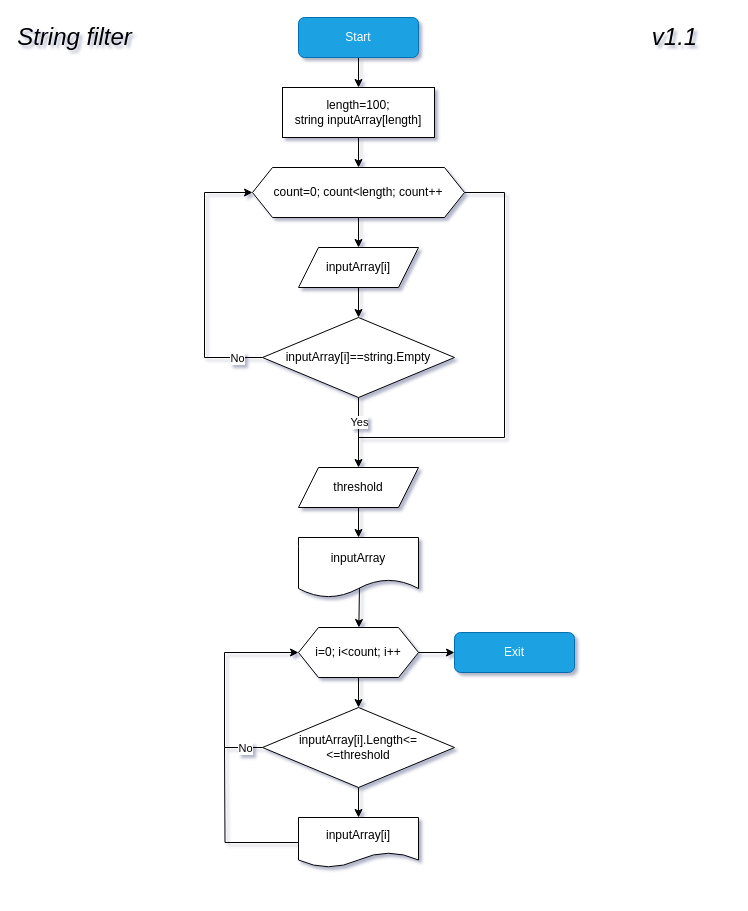
This is String-filter.drawio from AndrewGurin/String-filter, a draw.io file, before an edit. Source tidied: cells renumbered, new cells numbered last; positions are measured from the earlier drawing's top-left corner, leaving out a move shared by most shapes. Both pictures are drawn from the tidied source at 100%, with x=0, y=0 at pixel (24, 17).
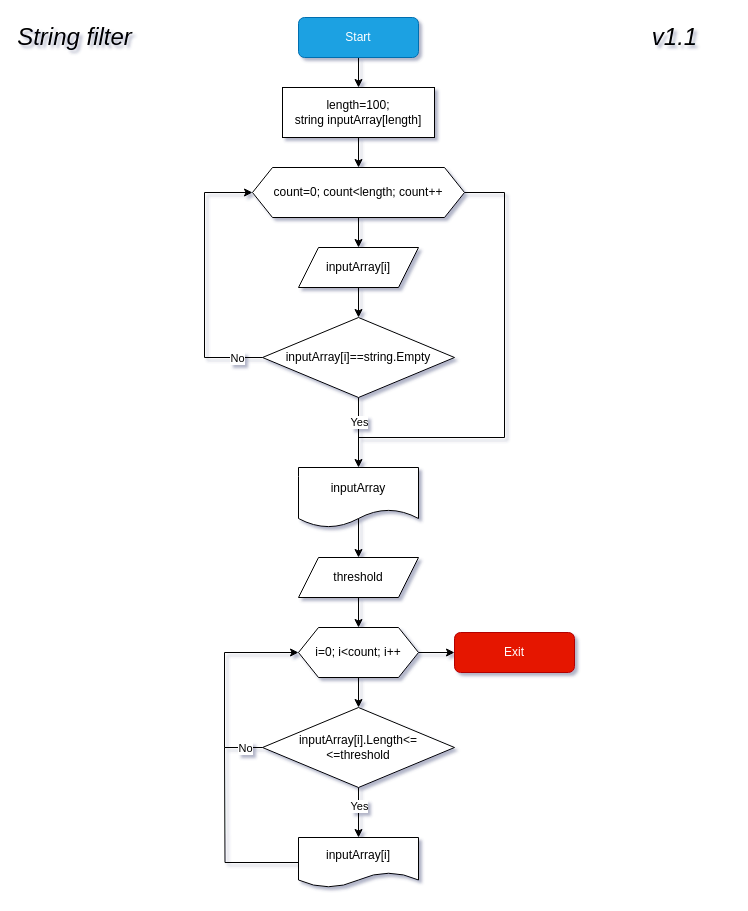
Above is the later version.

Commit message (it also covers changes not shown here):
Обновление до v1.1. Ликвидировано создание второго массива

The change refers to these unchanged cells:
```xml
<mxCell id="15" value="&lt;span&gt;inputArray[i]==string.Empty&lt;/span&gt;" style="rhombus;whiteSpace=wrap;html=1;rounded=0;" parent="1" vertex="1">
  <mxGeometry x="238" y="300" width="192" height="80" as="geometry" />
</mxCell>
<mxCell id="18" style="edgeStyle=orthogonalEdgeStyle;rounded=0;html=1;" parent="1" edge="1" source="19" target="30">
  <mxGeometry relative="1" as="geometry" />
</mxCell>
<mxCell id="26" value="i=0; i&amp;lt;count; i++" style="shape=hexagon;perimeter=hexagonPerimeter2;whiteSpace=wrap;html=1;fixedSize=1;" parent="1" vertex="1">
  <mxGeometry x="274" y="610" width="120" height="50" as="geometry" />
</mxCell>
```

Change to the diagram source:
```diff
@@
-    <mxCell id="13" style="edgeStyle=orthogonalEdgeStyle;rounded=0;html=1;entryX=0.5;entryY=0;entryDx=0;entryDy=0;" parent="1" edge="1" source="15" target="28">
+    <mxCell id="13" style="edgeStyle=orthogonalEdgeStyle;rounded=0;html=1;entryX=0.5;entryY=0;entryDx=0;entryDy=0;" parent="1" edge="1" source="15" target="21">
       <mxGeometry relative="1" as="geometry" />
     </mxCell>
@@
+    <mxCell id="32" value="Yes" style="edgeLabel;html=1;align=center;verticalAlign=middle;" parent="18" vertex="1">
+      <mxGeometry x="-0.29" y="2" relative="1" as="geometry">
+        <mxPoint x="-2" as="offset" />
+      </mxGeometry>
+    </mxCell>
@@
-    <mxCell id="20" style="edgeStyle=none;html=1;exitX=0.508;exitY=0.817;exitDx=0;exitDy=0;exitPerimeter=0;" parent="1" edge="1" source="21" target="26">
-      <mxGeometry relative="1" as="geometry" />
-    </mxCell>
+    <mxCell id="33" style="edgeStyle=orthogonalEdgeStyle;rounded=0;html=1;endArrow=classic;endFill=1;exitX=0.5;exitY=0.833;exitDx=0;exitDy=0;exitPerimeter=0;" parent="1" edge="1" source="21" target="28">
+      <mxGeometry relative="1" as="geometry" />
+    </mxCell>
     <mxCell id="21" value="inputArray" style="shape=document;whiteSpace=wrap;html=1;boundedLbl=1;" parent="1" vertex="1">
-      <mxGeometry x="274" y="520" width="120" height="60" as="geometry" />
+      <mxGeometry x="274" y="450" width="120" height="60" as="geometry" />
     </mxCell>
@@
-    <mxCell id="27" style="edgeStyle=none;html=1;" parent="1" edge="1" source="28" target="21">
-      <mxGeometry relative="1" as="geometry" />
-    </mxCell>
-    <mxCell id="28" value="&lt;span&gt;threshold&lt;/span&gt;" style="shape=parallelogram;perimeter=parallelogramPerimeter;whiteSpace=wrap;html=1;fixedSize=1;" parent="1" vertex="1">
-      <mxGeometry x="274" y="450" width="120" height="40" as="geometry" />
-    </mxCell>
@@
     <mxCell id="30" value="inputArray[i]" style="shape=document;whiteSpace=wrap;html=1;boundedLbl=1;rounded=0;" parent="1" vertex="1">
-      <mxGeometry x="274" y="800" width="120" height="50" as="geometry" />
+      <mxGeometry x="274" y="820" width="120" height="50" as="geometry" />
     </mxCell>
-    <mxCell id="31" value="Exit" style="rounded=1;whiteSpace=wrap;html=1;fillColor=#1ba1e2;fontColor=#ffffff;strokeColor=#006EAF;" parent="1" vertex="1">
+    <mxCell id="31" value="Exit" style="rounded=1;whiteSpace=wrap;html=1;fillColor=#e51400;fontColor=#ffffff;strokeColor=#B20000;" parent="1" vertex="1">
       <mxGeometry x="430" y="615" width="120" height="40" as="geometry" />
     </mxCell>
+    <mxCell id="34" style="edgeStyle=orthogonalEdgeStyle;rounded=0;html=1;endArrow=classic;endFill=1;" parent="1" edge="1" source="28" target="26">
+      <mxGeometry relative="1" as="geometry" />
+    </mxCell>
+    <mxCell id="28" value="&lt;span&gt;threshold&lt;/span&gt;" style="shape=parallelogram;perimeter=parallelogramPerimeter;whiteSpace=wrap;html=1;fixedSize=1;" parent="1" vertex="1">
+      <mxGeometry x="274" y="540" width="120" height="40" as="geometry" />
+    </mxCell>
```
